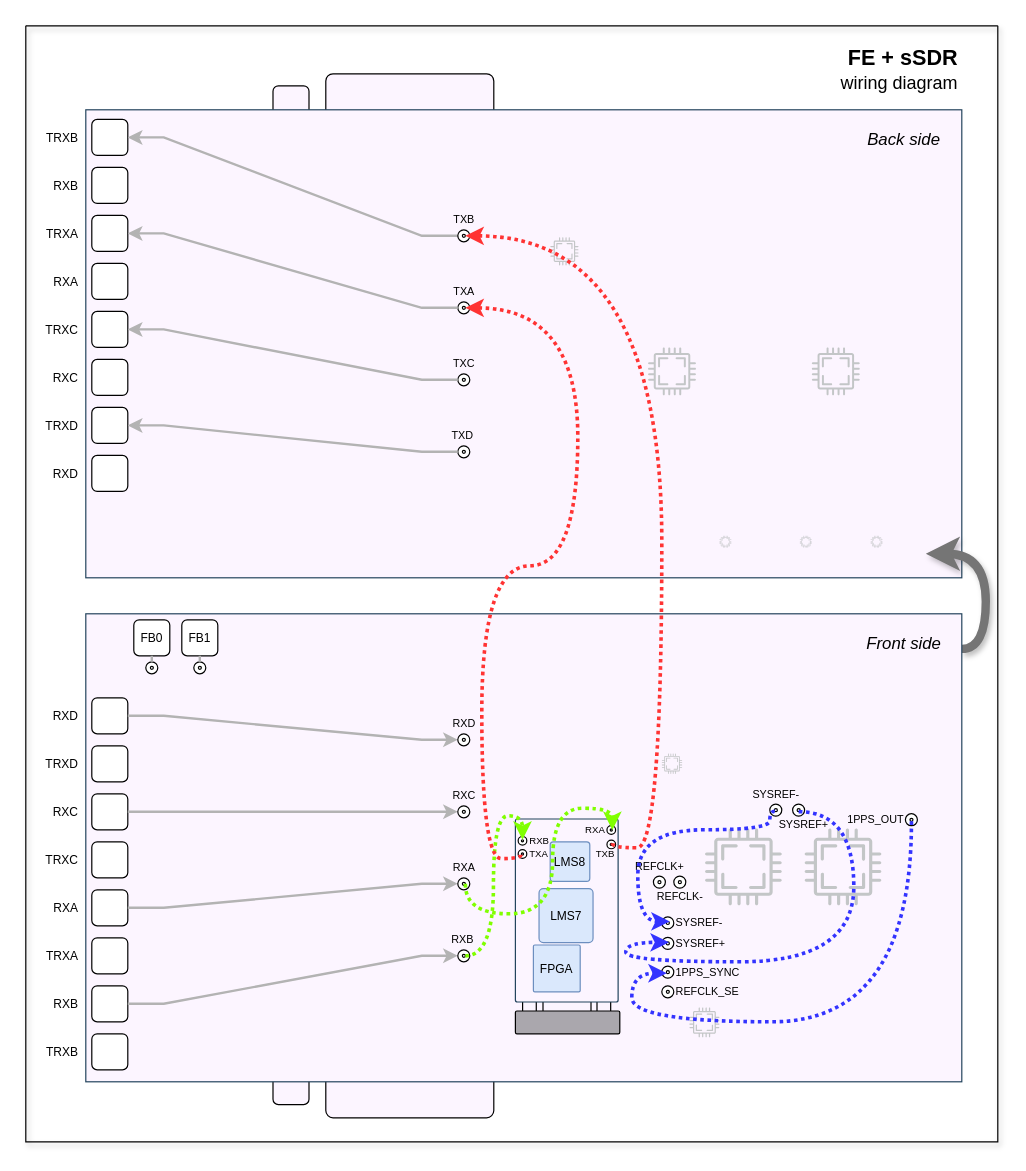
Earlier version of the draw.io diagram source/_static/fe/ssdr_wiring.drawio (wavelet-lab/docs). Source tidied: cells renumbered, new cells numbered last; positions are measured from the earlier drawing's top-left corner, leaving out a move shared by most shapes. Both pictures are drawn from the tidied source at 120%, with x=0, y=0 at pixel (25, 25).
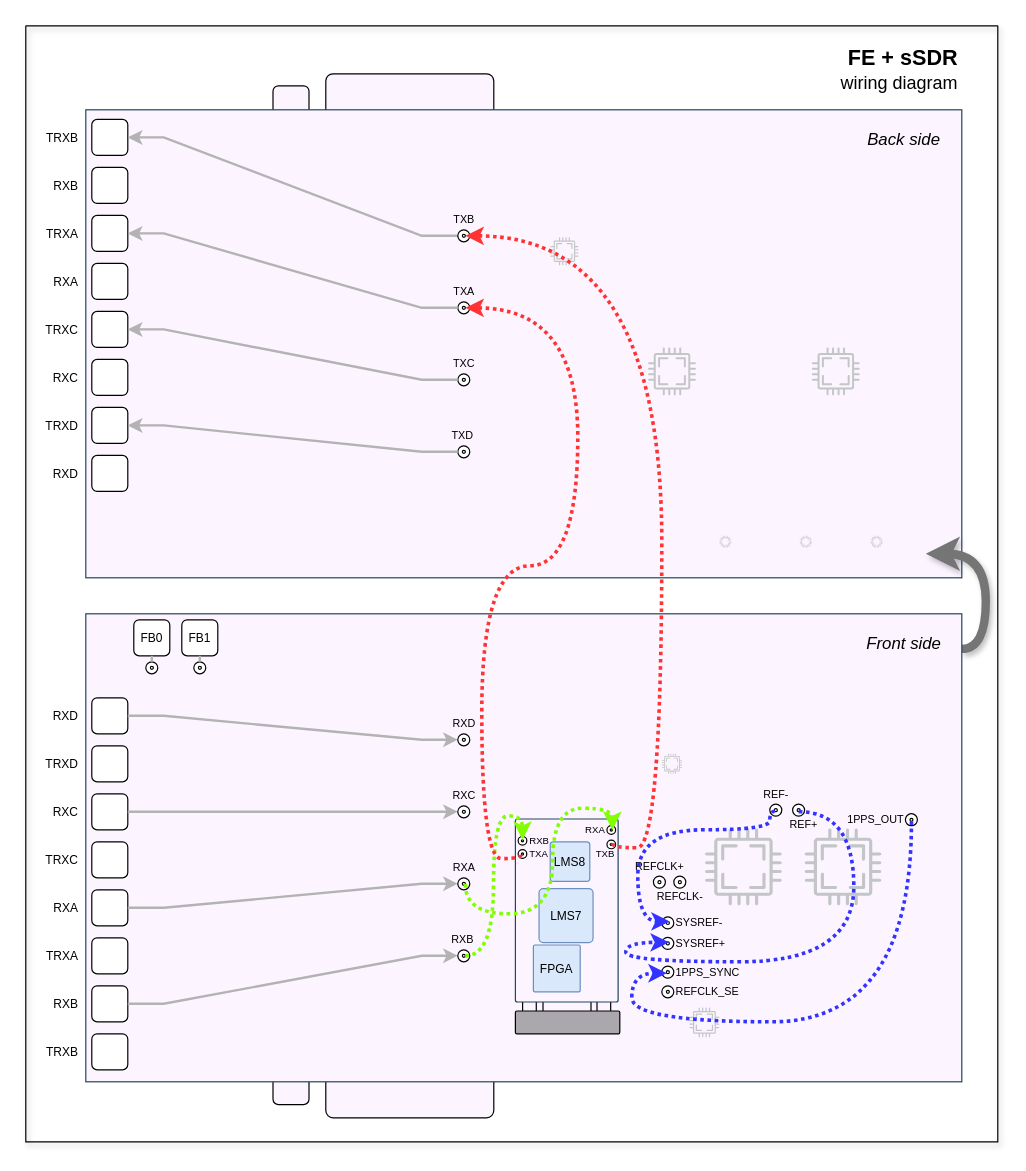
The same page after the edit.

Unchanged cells that the change refers to:
```xml
<mxCell id="132" style="group;" parent="131" vertex="1">
  <mxGeometry width="10" height="10" as="geometry" />
</mxCell>
<mxCell id="136" style="group;" parent="135" vertex="1">
  <mxGeometry width="10" height="10" as="geometry" />
</mxCell>
```

The edit, as a diff of the source:
```diff
@@
-    <mxCell id="133" value="SYSREF+" style="ellipse;html=1;align=center;labelPosition=center;verticalLabelPosition=bottom;verticalAlign=top;fontSize=9;spacingLeft=7;spacing=-3;" parent="132" vertex="1">
+    <mxCell id="133" value="REF+" style="ellipse;html=1;align=center;labelPosition=center;verticalLabelPosition=bottom;verticalAlign=top;fontSize=9;spacingLeft=7;spacing=-3;" parent="132" vertex="1">
       <mxGeometry width="10" height="10" as="geometry" />
     </mxCell>
@@
-    <mxCell id="137" value="SYSREF-" style="ellipse;html=1;align=center;labelPosition=center;verticalLabelPosition=top;verticalAlign=bottom;fontSize=9;spacing=2;spacingRight=0;" parent="136" vertex="1">
+    <mxCell id="137" value="REF-" style="ellipse;html=1;align=center;labelPosition=center;verticalLabelPosition=top;verticalAlign=bottom;fontSize=9;spacing=2;spacingRight=0;" parent="136" vertex="1">
       <mxGeometry width="10" height="10" as="geometry" />
     </mxCell>
```
